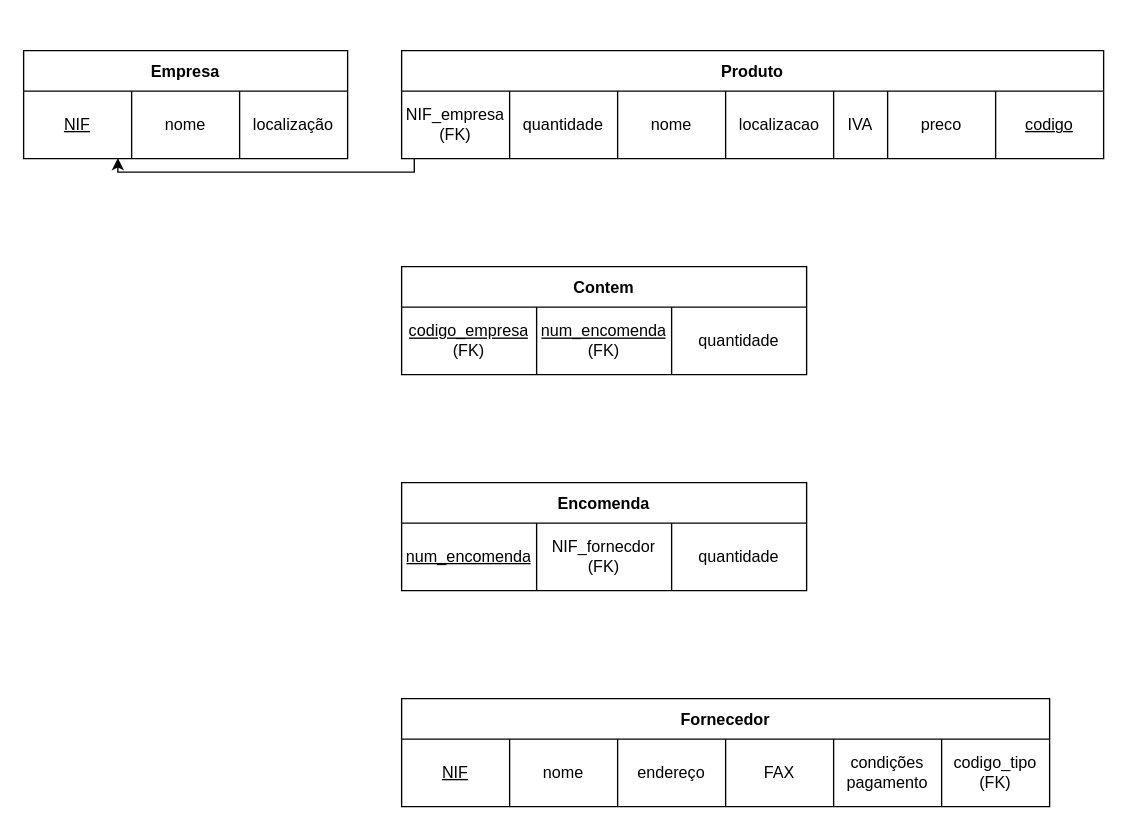
Before: page "3.3_2.1" (3 of 6) of P/P03/P03.drawio in RafaelCurado/BD-1, a draw.io diagram. Source tidied: cells renumbered, new cells numbered last; positions are measured from the earlier drawing's top-left corner, leaving out a move shared by most shapes. Both pictures are drawn from the tidied source at 135%, with x=0, y=0 at pixel (23, 50).
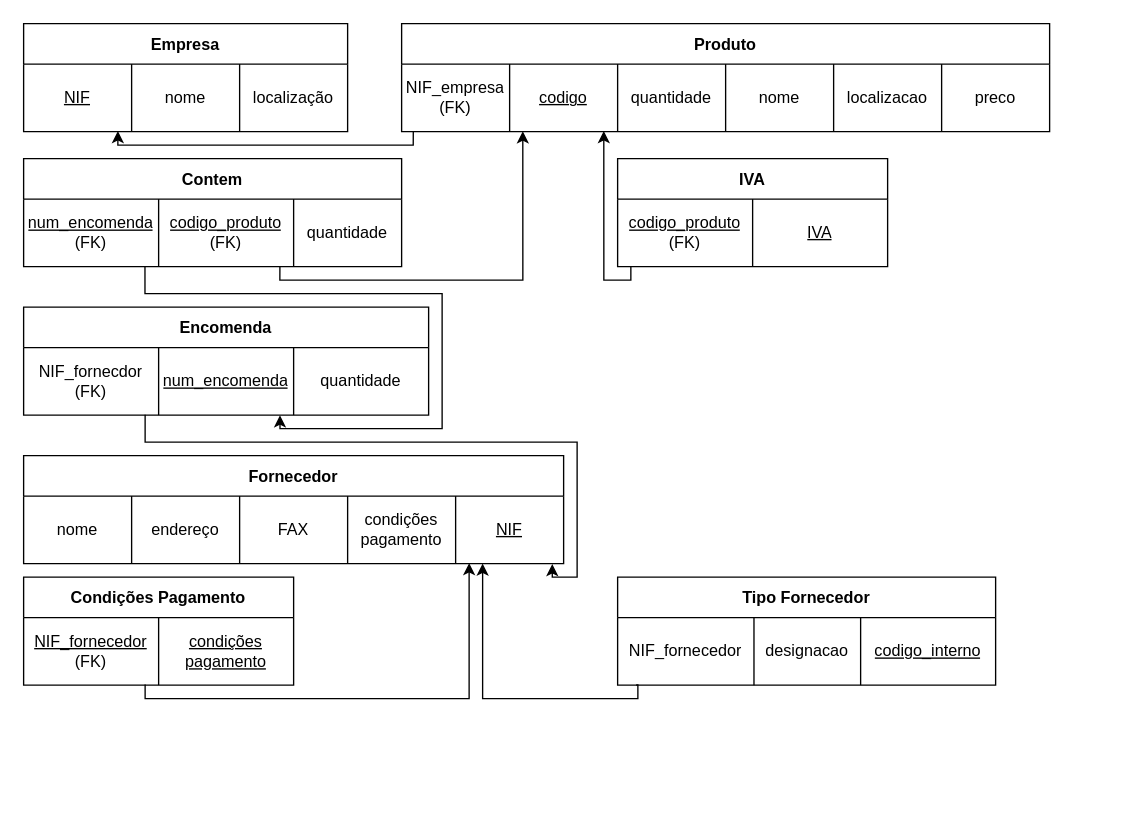
After the change.

Unchanged cells that the change refers to:
```xml
<mxCell id="23" style="shape=tableRow;horizontal=0;startSize=0;swimlaneHead=0;swimlaneBody=0;top=0;left=0;bottom=0;right=0;fillColor=none;points=[[0,0.5],[1,0.5]];portConstraint=eastwest;" parent="22" vertex="1">
  <mxGeometry y="30" width="300" height="50" as="geometry" />
</mxCell>
```

Diff of the diagram source:
```diff
@@
     <mxCell id="2" value="Empresa" style="shape=table;startSize=30;childLayout=tableLayout;fontStyle=1;align=center;" parent="1" vertex="1">
-      <mxGeometry width="240" height="80" as="geometry" />
+      <mxGeometry y="-20" width="240" height="80" as="geometry" />
     </mxCell>
@@
     <mxCell id="7" value="Produto" style="shape=table;startSize=30;childLayout=tableLayout;fontStyle=1;align=center;" parent="1" vertex="1">
-      <mxGeometry x="280" width="520" height="80" as="geometry" />
+      <mxGeometry x="280" y="-20" width="480" height="80" as="geometry" />
     </mxCell>
     <mxCell id="8" style="shape=tableRow;horizontal=0;startSize=0;swimlaneHead=0;swimlaneBody=0;top=0;left=0;bottom=0;right=0;fillColor=none;points=[[0,0.5],[1,0.5]];portConstraint=eastwest;" parent="7" vertex="1">
-      <mxGeometry y="30" width="520" height="50" as="geometry" />
+      <mxGeometry y="30" width="480" height="50" as="geometry" />
     </mxCell>
@@
+    <mxCell id="15" value="&lt;u&gt;codigo&lt;/u&gt;" style="shape=partialRectangle;html=1;whiteSpace=wrap;fillColor=none;top=0;left=0;bottom=0;right=0;overflow=hidden;" parent="8" vertex="1">
+      <mxGeometry x="80" width="80" height="50" as="geometry" />
+    </mxCell>
     <mxCell id="10" value="quantidade" style="shape=partialRectangle;html=1;whiteSpace=wrap;fillColor=none;top=0;left=0;bottom=0;right=0;overflow=hidden;" parent="8" vertex="1">
-      <mxGeometry x="80" width="80" height="50" as="geometry" />
+      <mxGeometry x="160" width="80" height="50" as="geometry" />
     </mxCell>
     <mxCell id="11" value="nome" style="shape=partialRectangle;html=1;whiteSpace=wrap;fillColor=none;top=0;left=0;bottom=0;right=0;overflow=hidden;" parent="8" vertex="1">
-      <mxGeometry x="160" width="80" height="50" as="geometry" />
+      <mxGeometry x="240" width="80" height="50" as="geometry" />
     </mxCell>
     <mxCell id="12" value="localizacao" style="shape=partialRectangle;html=1;whiteSpace=wrap;fillColor=none;top=0;left=0;bottom=0;right=0;overflow=hidden;" parent="8" vertex="1">
-      <mxGeometry x="240" width="80" height="50" as="geometry" />
+      <mxGeometry x="320" width="80" height="50" as="geometry" />
     </mxCell>
-    <mxCell id="13" value="IVA" style="shape=partialRectangle;html=1;whiteSpace=wrap;fillColor=none;top=0;left=0;bottom=0;right=0;overflow=hidden;" parent="8" vertex="1">
-      <mxGeometry x="320" width="40" height="50" as="geometry" />
-    </mxCell>
     <mxCell id="14" value="preco" style="shape=partialRectangle;html=1;whiteSpace=wrap;fillColor=none;top=0;left=0;bottom=0;right=0;overflow=hidden;" parent="8" vertex="1">
-      <mxGeometry x="360" width="80" height="50" as="geometry" />
+      <mxGeometry x="400" width="80" height="50" as="geometry" />
     </mxCell>
-    <mxCell id="15" value="&lt;u&gt;codigo&lt;/u&gt;" style="shape=partialRectangle;html=1;whiteSpace=wrap;fillColor=none;top=0;left=0;bottom=0;right=0;overflow=hidden;" parent="8" vertex="1">
-      <mxGeometry x="440" width="80" height="50" as="geometry" />
-    </mxCell>
@@
     <mxCell id="17" value="Contem" style="shape=table;startSize=30;childLayout=tableLayout;fontStyle=1;align=center;" parent="1" vertex="1">
-      <mxGeometry x="280" y="160" width="300" height="80" as="geometry" />
+      <mxGeometry y="80" width="280" height="80" as="geometry" />
     </mxCell>
     <mxCell id="18" style="shape=tableRow;horizontal=0;startSize=0;swimlaneHead=0;swimlaneBody=0;top=0;left=0;bottom=0;right=0;fillColor=none;points=[[0,0.5],[1,0.5]];portConstraint=eastwest;" parent="17" vertex="1">
-      <mxGeometry y="30" width="300" height="50" as="geometry" />
+      <mxGeometry y="30" width="280" height="50" as="geometry" />
     </mxCell>
-    <mxCell id="19" value="&lt;u&gt;codigo_empresa&lt;/u&gt;&lt;br&gt;(FK)" style="shape=partialRectangle;html=1;whiteSpace=wrap;fillColor=none;top=0;left=0;bottom=0;right=0;overflow=hidden;" parent="18" vertex="1">
-      <mxGeometry width="100" height="50" as="geometry" />
-    </mxCell>
     <mxCell id="20" value="&lt;u&gt;num_encomenda&lt;/u&gt;&lt;br&gt;&lt;span&gt;(FK)&lt;/span&gt;" style="shape=partialRectangle;html=1;whiteSpace=wrap;fillColor=none;top=0;left=0;bottom=0;right=0;overflow=hidden;" parent="18" vertex="1">
-      <mxGeometry x="100" width="100" height="50" as="geometry" />
+      <mxGeometry width="100" height="50" as="geometry" />
     </mxCell>
+    <mxCell id="35" value="&lt;u&gt;codigo_produto&lt;/u&gt;&lt;br&gt;&lt;span&gt;(FK)&lt;/span&gt;" style="shape=partialRectangle;html=1;whiteSpace=wrap;fillColor=none;top=0;left=0;bottom=0;right=0;overflow=hidden;" parent="18" vertex="1">
+      <mxGeometry x="100" width="100" height="50" as="geometry" />
+    </mxCell>
     <mxCell id="21" value="quantidade" style="shape=partialRectangle;html=1;whiteSpace=wrap;fillColor=none;top=0;left=0;bottom=0;right=0;overflow=hidden;" parent="18" vertex="1">
-      <mxGeometry x="200" width="100" height="50" as="geometry" />
+      <mxGeometry x="200" width="80" height="50" as="geometry" />
     </mxCell>
     <mxCell id="22" value="Encomenda" style="shape=table;startSize=30;childLayout=tableLayout;fontStyle=1;align=center;" parent="1" vertex="1">
-      <mxGeometry x="280" y="320" width="300" height="80" as="geometry" />
+      <mxGeometry y="190" width="300" height="80" as="geometry" />
     </mxCell>
@@
-    <mxCell id="24" value="&lt;u&gt;num_encomenda&lt;/u&gt;" style="shape=partialRectangle;html=1;whiteSpace=wrap;fillColor=none;top=0;left=0;bottom=0;right=0;overflow=hidden;" parent="23" vertex="1">
+    <mxCell id="24" value="NIF_fornecdor&lt;br&gt;(FK)" style="shape=partialRectangle;html=1;whiteSpace=wrap;fillColor=none;top=0;left=0;bottom=0;right=0;overflow=hidden;" parent="23" vertex="1">
       <mxGeometry width="100" height="50" as="geometry" />
     </mxCell>
-    <mxCell id="25" value="NIF_fornecdor&lt;br&gt;(FK)" style="shape=partialRectangle;html=1;whiteSpace=wrap;fillColor=none;top=0;left=0;bottom=0;right=0;overflow=hidden;" parent="23" vertex="1">
+    <mxCell id="25" value="&lt;u&gt;num_encomenda&lt;/u&gt;" style="shape=partialRectangle;html=1;whiteSpace=wrap;fillColor=none;top=0;left=0;bottom=0;right=0;overflow=hidden;" parent="23" vertex="1">
       <mxGeometry x="100" width="100" height="50" as="geometry" />
     </mxCell>
@@
     <mxCell id="27" value="Fornecedor" style="shape=table;startSize=30;childLayout=tableLayout;fontStyle=1;align=center;" parent="1" vertex="1">
-      <mxGeometry x="280" y="480" width="480" height="80" as="geometry" />
+      <mxGeometry y="300" width="400" height="80" as="geometry" />
     </mxCell>
     <mxCell id="28" style="shape=tableRow;horizontal=0;startSize=0;swimlaneHead=0;swimlaneBody=0;top=0;left=0;bottom=0;right=0;fillColor=none;points=[[0,0.5],[1,0.5]];portConstraint=eastwest;" parent="27" vertex="1">
-      <mxGeometry y="30" width="480" height="50" as="geometry" />
+      <mxGeometry y="30" width="400" height="50" as="geometry" />
     </mxCell>
-    <mxCell id="29" value="&lt;u&gt;NIF&lt;/u&gt;" style="shape=partialRectangle;html=1;whiteSpace=wrap;fillColor=none;top=0;left=0;bottom=0;right=0;overflow=hidden;" parent="28" vertex="1">
-      <mxGeometry width="80" height="50" as="geometry" />
-    </mxCell>
     <mxCell id="30" value="nome" style="shape=partialRectangle;html=1;whiteSpace=wrap;fillColor=none;top=0;left=0;bottom=0;right=0;overflow=hidden;" parent="28" vertex="1">
-      <mxGeometry x="80" width="80" height="50" as="geometry" />
+      <mxGeometry width="80" height="50" as="geometry" />
     </mxCell>
     <mxCell id="31" value="endereço" style="shape=partialRectangle;html=1;whiteSpace=wrap;fillColor=none;top=0;left=0;bottom=0;right=0;overflow=hidden;" parent="28" vertex="1">
-      <mxGeometry x="160" width="80" height="50" as="geometry" />
+      <mxGeometry x="80" width="80" height="50" as="geometry" />
     </mxCell>
     <mxCell id="32" value="FAX" style="shape=partialRectangle;html=1;whiteSpace=wrap;fillColor=none;top=0;left=0;bottom=0;right=0;overflow=hidden;" parent="28" vertex="1">
-      <mxGeometry x="240" width="80" height="50" as="geometry" />
+      <mxGeometry x="160" width="80" height="50" as="geometry" />
     </mxCell>
     <mxCell id="33" value="condições&lt;br&gt;pagamento" style="shape=partialRectangle;html=1;whiteSpace=wrap;fillColor=none;top=0;left=0;bottom=0;right=0;overflow=hidden;" parent="28" vertex="1">
-      <mxGeometry x="320" width="80" height="50" as="geometry" />
+      <mxGeometry x="240" width="80" height="50" as="geometry" />
     </mxCell>
-    <mxCell id="34" value="codigo_tipo&lt;br&gt;(FK)" style="shape=partialRectangle;html=1;whiteSpace=wrap;fillColor=none;top=0;left=0;bottom=0;right=0;overflow=hidden;" parent="28" vertex="1">
-      <mxGeometry x="400" width="80" height="50" as="geometry" />
-    </mxCell>
+    <mxCell id="29" value="&lt;u&gt;NIF&lt;/u&gt;" style="shape=partialRectangle;html=1;whiteSpace=wrap;fillColor=none;top=0;left=0;bottom=0;right=0;overflow=hidden;" parent="28" vertex="1">
+      <mxGeometry x="320" width="80" height="50" as="geometry" />
+    </mxCell>
+    <mxCell id="36" value="Tipo Fornecedor" style="shape=table;startSize=30;childLayout=tableLayout;fontStyle=1;align=center;" parent="1" vertex="1">
+      <mxGeometry x="440" y="390" width="280" height="80" as="geometry" />
+    </mxCell>
+    <mxCell id="37" style="shape=tableRow;horizontal=0;startSize=0;swimlaneHead=0;swimlaneBody=0;top=0;left=0;bottom=0;right=0;fillColor=none;points=[[0,0.5],[1,0.5]];portConstraint=eastwest;" parent="36" vertex="1">
+      <mxGeometry y="30" width="280" height="50" as="geometry" />
+    </mxCell>
+    <mxCell id="38" value="NIF_fornecedor" style="shape=partialRectangle;html=1;whiteSpace=wrap;fillColor=none;top=0;left=0;bottom=0;right=0;overflow=hidden;" parent="37" vertex="1">
+      <mxGeometry width="101" height="50" as="geometry" />
+    </mxCell>
+    <mxCell id="39" value="designacao" style="shape=partialRectangle;html=1;whiteSpace=wrap;fillColor=none;top=0;left=0;bottom=0;right=0;overflow=hidden;" parent="37" vertex="1">
+      <mxGeometry x="101" width="79" height="50" as="geometry" />
+    </mxCell>
+    <mxCell id="40" value="&lt;u&gt;codigo_interno&lt;/u&gt;" style="shape=partialRectangle;html=1;whiteSpace=wrap;fillColor=none;top=0;left=0;bottom=0;right=0;overflow=hidden;" parent="37" vertex="1">
+      <mxGeometry x="180" width="100" height="50" as="geometry" />
+    </mxCell>
+    <mxCell id="41" value="Condições Pagamento" style="shape=table;startSize=30;childLayout=tableLayout;fontStyle=1;align=center;" parent="1" vertex="1">
+      <mxGeometry y="390" width="200" height="80" as="geometry" />
+    </mxCell>
+    <mxCell id="42" style="shape=tableRow;horizontal=0;startSize=0;swimlaneHead=0;swimlaneBody=0;top=0;left=0;bottom=0;right=0;fillColor=none;points=[[0,0.5],[1,0.5]];portConstraint=eastwest;" parent="41" vertex="1">
+      <mxGeometry y="30" width="200" height="50" as="geometry" />
+    </mxCell>
+    <mxCell id="43" value="&lt;u&gt;NIF_fornecedor&lt;/u&gt;&lt;br&gt;(FK)" style="shape=partialRectangle;html=1;whiteSpace=wrap;fillColor=none;top=0;left=0;bottom=0;right=0;overflow=hidden;" parent="42" vertex="1">
+      <mxGeometry width="100" height="50" as="geometry" />
+    </mxCell>
+    <mxCell id="44" value="&lt;u&gt;condições&lt;br&gt;pagamento&lt;/u&gt;" style="shape=partialRectangle;html=1;whiteSpace=wrap;fillColor=none;top=0;left=0;bottom=0;right=0;overflow=hidden;" parent="42" vertex="1">
+      <mxGeometry x="100" width="100" height="50" as="geometry" />
+    </mxCell>
+    <mxCell id="45" value="IVA" style="shape=table;startSize=30;childLayout=tableLayout;fontStyle=1;align=center;" parent="1" vertex="1">
+      <mxGeometry x="440" y="80" width="200" height="80" as="geometry" />
+    </mxCell>
+    <mxCell id="46" style="shape=tableRow;horizontal=0;startSize=0;swimlaneHead=0;swimlaneBody=0;top=0;left=0;bottom=0;right=0;fillColor=none;points=[[0,0.5],[1,0.5]];portConstraint=eastwest;" parent="45" vertex="1">
+      <mxGeometry y="30" width="200" height="50" as="geometry" />
+    </mxCell>
+    <mxCell id="47" value="&lt;u&gt;codigo_produto&lt;/u&gt;&lt;br&gt;(FK)" style="shape=partialRectangle;html=1;whiteSpace=wrap;fillColor=none;top=0;left=0;bottom=0;right=0;overflow=hidden;" parent="46" vertex="1">
+      <mxGeometry width="100" height="50" as="geometry" />
+    </mxCell>
+    <mxCell id="48" value="&lt;u&gt;IVA&lt;/u&gt;" style="shape=partialRectangle;html=1;whiteSpace=wrap;fillColor=none;top=0;left=0;bottom=0;right=0;overflow=hidden;" parent="46" vertex="1">
+      <mxGeometry x="100" width="100" height="50" as="geometry" />
+    </mxCell>
+    <mxCell id="49" style="endArrow=classic;html=1;rounded=0;edgeStyle=orthogonalEdgeStyle;entryX=0.187;entryY=0.996;entryDx=0;entryDy=0;entryPerimeter=0;exitX=0.678;exitY=0.998;exitDx=0;exitDy=0;exitPerimeter=0;" parent="1" edge="1" source="18" target="8">
+      <mxGeometry relative="1" as="geometry">
+        <Array as="points">
+          <mxPoint x="190" y="170" />
+          <mxPoint x="370" y="170" />
+        </Array>
+      </mxGeometry>
+    </mxCell>
+    <mxCell id="50" style="endArrow=classic;html=1;rounded=0;edgeStyle=orthogonalEdgeStyle;exitX=0.321;exitY=1;exitDx=0;exitDy=0;exitPerimeter=0;entryX=0.633;entryY=1.002;entryDx=0;entryDy=0;entryPerimeter=0;" parent="1" edge="1" source="18" target="23">
+      <mxGeometry relative="1" as="geometry">
+        <Array as="points">
+          <mxPoint x="90" y="180" />
+          <mxPoint x="310" y="180" />
+          <mxPoint x="310" y="280" />
+          <mxPoint x="190" y="280" />
+        </Array>
+      </mxGeometry>
+    </mxCell>
+    <mxCell id="51" style="endArrow=classic;html=1;rounded=0;edgeStyle=orthogonalEdgeStyle;exitX=0.049;exitY=0.991;exitDx=0;exitDy=0;exitPerimeter=0;entryX=0.312;entryY=0.991;entryDx=0;entryDy=0;entryPerimeter=0;" parent="1" edge="1" source="46" target="8">
+      <mxGeometry relative="1" as="geometry" />
+    </mxCell>
+    <mxCell id="52" style="endArrow=classic;html=1;rounded=0;edgeStyle=orthogonalEdgeStyle;entryX=0.979;entryY=1.006;entryDx=0;entryDy=0;entryPerimeter=0;exitX=0.3;exitY=0.995;exitDx=0;exitDy=0;exitPerimeter=0;" parent="1" edge="1" source="23" target="28">
+      <mxGeometry relative="1" as="geometry">
+        <Array as="points">
+          <mxPoint x="90" y="290" />
+          <mxPoint x="410" y="290" />
+          <mxPoint x="410" y="390" />
+          <mxPoint x="392" y="390" />
+        </Array>
+      </mxGeometry>
+    </mxCell>
+    <mxCell id="53" style="endArrow=none;html=1;rounded=0;edgeStyle=orthogonalEdgeStyle;exitX=0.85;exitY=0.999;exitDx=0;exitDy=0;exitPerimeter=0;endFill=0;startArrow=classic;startFill=1;entryX=0.049;entryY=0.998;entryDx=0;entryDy=0;entryPerimeter=0;" parent="1" edge="1" source="28" target="37">
+      <mxGeometry relative="1" as="geometry">
+        <Array as="points">
+          <mxPoint x="340" y="480" />
+          <mxPoint x="455" y="480" />
+        </Array>
+      </mxGeometry>
+    </mxCell>
+    <mxCell id="54" style="endArrow=none;html=1;rounded=0;edgeStyle=orthogonalEdgeStyle;exitX=0.825;exitY=0.993;exitDx=0;exitDy=0;exitPerimeter=0;endFill=0;startArrow=classic;startFill=1;entryX=0.45;entryY=0.992;entryDx=0;entryDy=0;entryPerimeter=0;" parent="1" edge="1" source="28" target="42">
+      <mxGeometry relative="1" as="geometry">
+        <Array as="points">
+          <mxPoint x="330" y="480" />
+          <mxPoint x="90" y="480" />
+        </Array>
+      </mxGeometry>
+    </mxCell>
```
